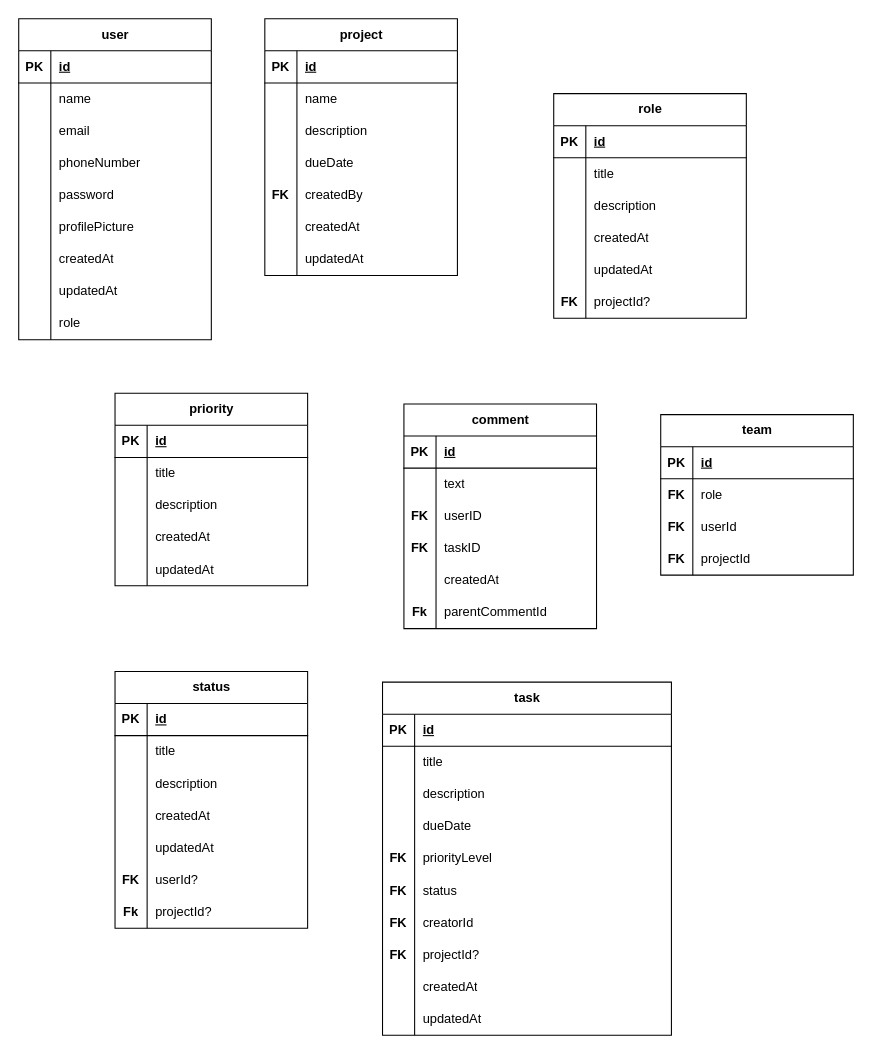
hossain101199/AtichTaskAuth keeps this draw.io diagram as TaskProERD.drawio. Above is the earlier version. Source tidied: cells renumbered, new cells numbered last; positions are measured from the earlier drawing's top-left corner, leaving out a move shared by most shapes. Both pictures are drawn from the tidied source at 107%, with x=0, y=0 at pixel (18, 18).
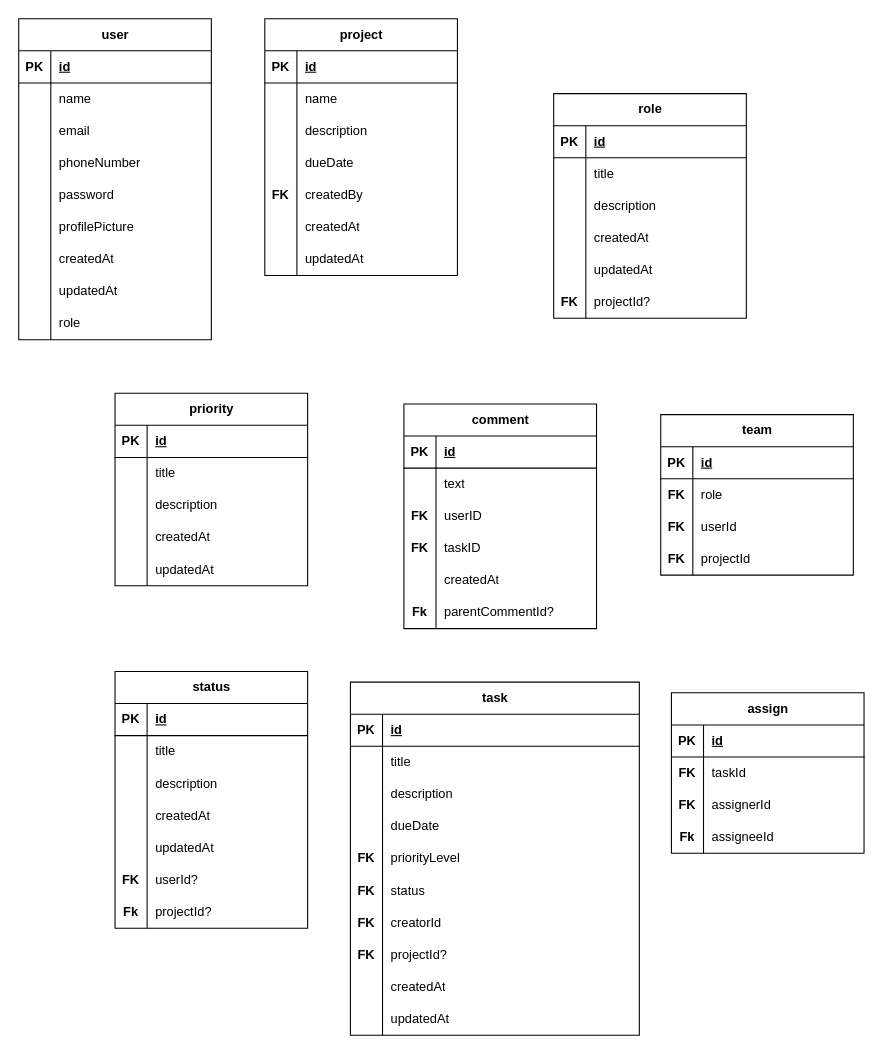
After the change.

Unchanged cells that the change refers to:
```xml
<mxCell id="147" style="shape=tableRow;horizontal=0;startSize=0;swimlaneHead=0;swimlaneBody=0;fillColor=none;top=0;left=0;right=0;bottom=0;" parent="131" vertex="1">
  <mxGeometry y="180" width="180" height="30" as="geometry" />
</mxCell>
```

Diff of the diagram source:
```diff
@@
     <mxCell id="100" value="task" style="shape=table;startSize=30;childLayout=tableLayout;rowLines=0;fontStyle=1;align=center;html=1;" parent="1" vertex="1">
-      <mxGeometry x="340" y="620" width="270" height="330" as="geometry" />
+      <mxGeometry x="310" y="620" width="270" height="330" as="geometry" />
     </mxCell>
@@
-    <mxCell id="149" value="parentCommentId" style="shape=partialRectangle;fillColor=none;top=0;left=0;bottom=0;right=0;align=left;spacingLeft=6;overflow=hidden;whiteSpace=wrap;html=1;" parent="147" vertex="1">
+    <mxCell id="149" value="parentCommentId?" style="shape=partialRectangle;fillColor=none;top=0;left=0;bottom=0;right=0;align=left;spacingLeft=6;overflow=hidden;whiteSpace=wrap;html=1;" parent="147" vertex="1">
       <mxGeometry x="30" width="150" height="30" as="geometry" />
     </mxCell>
@@
+    <mxCell id="172" value="assign" style="shape=table;startSize=30;childLayout=tableLayout;rowLines=0;fontStyle=1;align=center;html=1;" parent="1" vertex="1">
+      <mxGeometry x="610" y="630" width="180" height="150" as="geometry" />
+    </mxCell>
+    <mxCell id="173" style="shape=tableRow;horizontal=0;startSize=0;swimlaneHead=0;swimlaneBody=0;fillColor=none;top=0;left=0;right=0;bottom=1;" parent="172" vertex="1">
+      <mxGeometry y="30" width="180" height="30" as="geometry" />
+    </mxCell>
+    <mxCell id="174" value="PK" style="shape=partialRectangle;fillColor=none;top=0;left=0;bottom=0;right=0;fontStyle=1;overflow=hidden;whiteSpace=wrap;html=1;" parent="173" vertex="1">
+      <mxGeometry width="30" height="30" as="geometry" />
+    </mxCell>
+    <mxCell id="175" value="id" style="shape=partialRectangle;fillColor=none;top=0;left=0;bottom=0;right=0;align=left;spacingLeft=6;fontStyle=5;overflow=hidden;whiteSpace=wrap;html=1;" parent="173" vertex="1">
+      <mxGeometry x="30" width="150" height="30" as="geometry" />
+    </mxCell>
+    <mxCell id="176" style="shape=tableRow;horizontal=0;startSize=0;swimlaneHead=0;swimlaneBody=0;fillColor=none;top=0;left=0;right=0;bottom=0;" parent="172" vertex="1">
+      <mxGeometry y="60" width="180" height="30" as="geometry" />
+    </mxCell>
+    <mxCell id="177" value="&lt;b&gt;FK&lt;/b&gt;" style="shape=partialRectangle;fillColor=none;top=0;left=0;bottom=0;right=0;overflow=hidden;whiteSpace=wrap;html=1;" parent="176" vertex="1">
+      <mxGeometry width="30" height="30" as="geometry" />
+    </mxCell>
+    <mxCell id="178" value="taskId" style="shape=partialRectangle;fillColor=none;top=0;left=0;bottom=0;right=0;align=left;spacingLeft=6;overflow=hidden;whiteSpace=wrap;html=1;" parent="176" vertex="1">
+      <mxGeometry x="30" width="150" height="30" as="geometry" />
+    </mxCell>
+    <mxCell id="179" style="shape=tableRow;horizontal=0;startSize=0;swimlaneHead=0;swimlaneBody=0;fillColor=none;top=0;left=0;right=0;bottom=0;" parent="172" vertex="1">
+      <mxGeometry y="90" width="180" height="30" as="geometry" />
+    </mxCell>
+    <mxCell id="180" value="&lt;b&gt;FK&lt;/b&gt;" style="shape=partialRectangle;fillColor=none;top=0;left=0;bottom=0;right=0;overflow=hidden;whiteSpace=wrap;html=1;" parent="179" vertex="1">
+      <mxGeometry width="30" height="30" as="geometry" />
+    </mxCell>
+    <mxCell id="181" value="assignerId " style="shape=partialRectangle;fillColor=none;top=0;left=0;bottom=0;right=0;align=left;spacingLeft=6;overflow=hidden;whiteSpace=wrap;html=1;" parent="179" vertex="1">
+      <mxGeometry x="30" width="150" height="30" as="geometry" />
+    </mxCell>
+    <mxCell id="182" style="shape=tableRow;horizontal=0;startSize=0;swimlaneHead=0;swimlaneBody=0;fillColor=none;top=0;left=0;right=0;bottom=0;" parent="172" vertex="1">
+      <mxGeometry y="120" width="180" height="30" as="geometry" />
+    </mxCell>
+    <mxCell id="183" value="&lt;b&gt;Fk&lt;/b&gt;" style="shape=partialRectangle;fillColor=none;top=0;left=0;bottom=0;right=0;overflow=hidden;whiteSpace=wrap;html=1;" parent="182" vertex="1">
+      <mxGeometry width="30" height="30" as="geometry" />
+    </mxCell>
+    <mxCell id="184" value="assigneeId " style="shape=partialRectangle;fillColor=none;top=0;left=0;bottom=0;right=0;align=left;spacingLeft=6;overflow=hidden;whiteSpace=wrap;html=1;" parent="182" vertex="1">
+      <mxGeometry x="30" width="150" height="30" as="geometry" />
+    </mxCell>
```
